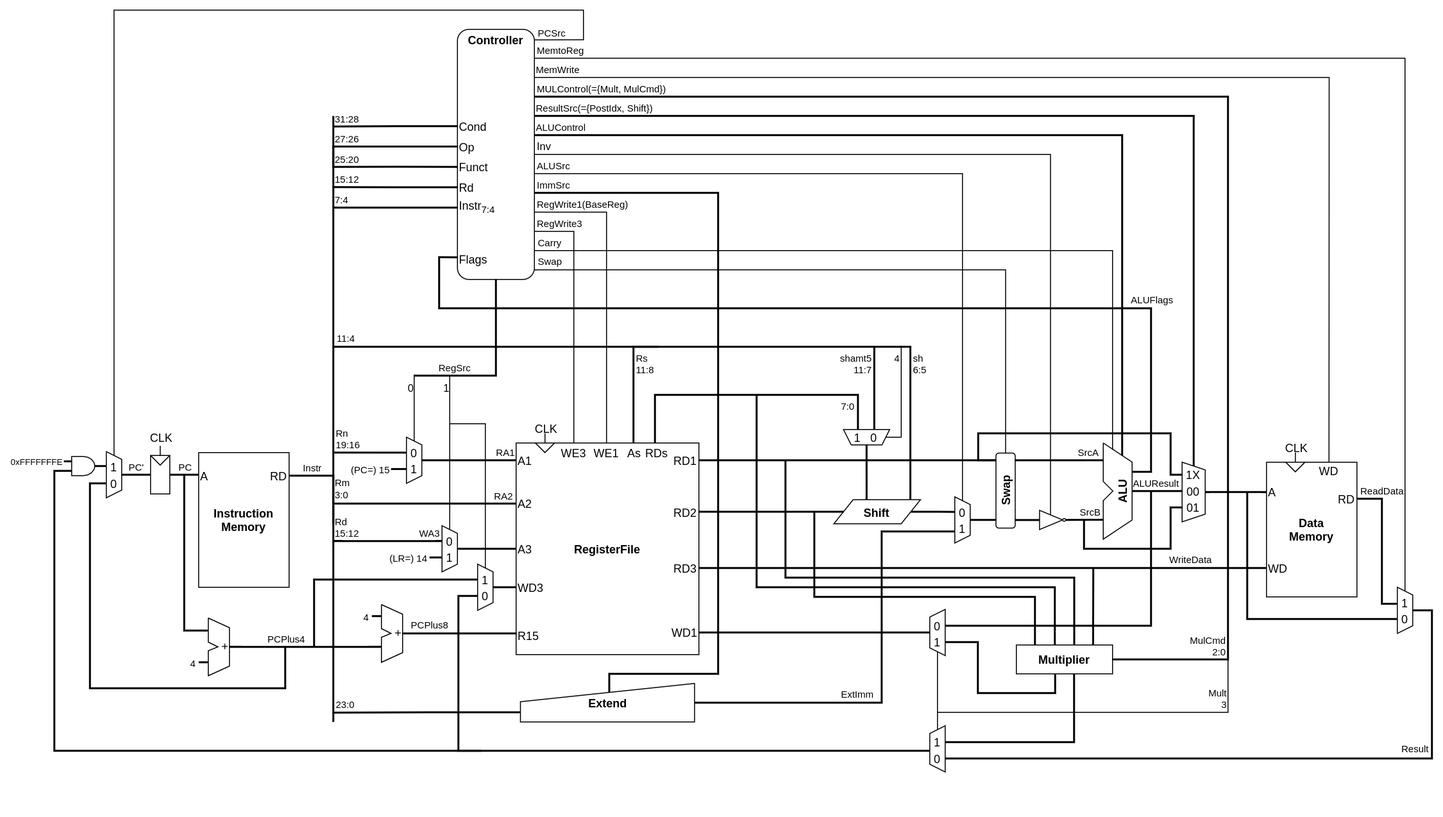
The draw.io diagram asset/arm_cpu_diagram.drawio.png in takah29/arm-cpu, before a commit. Source tidied: cells renumbered, new cells last; positions are measured from the earlier drawing's top-left corner, leaving out a move shared by most shapes.
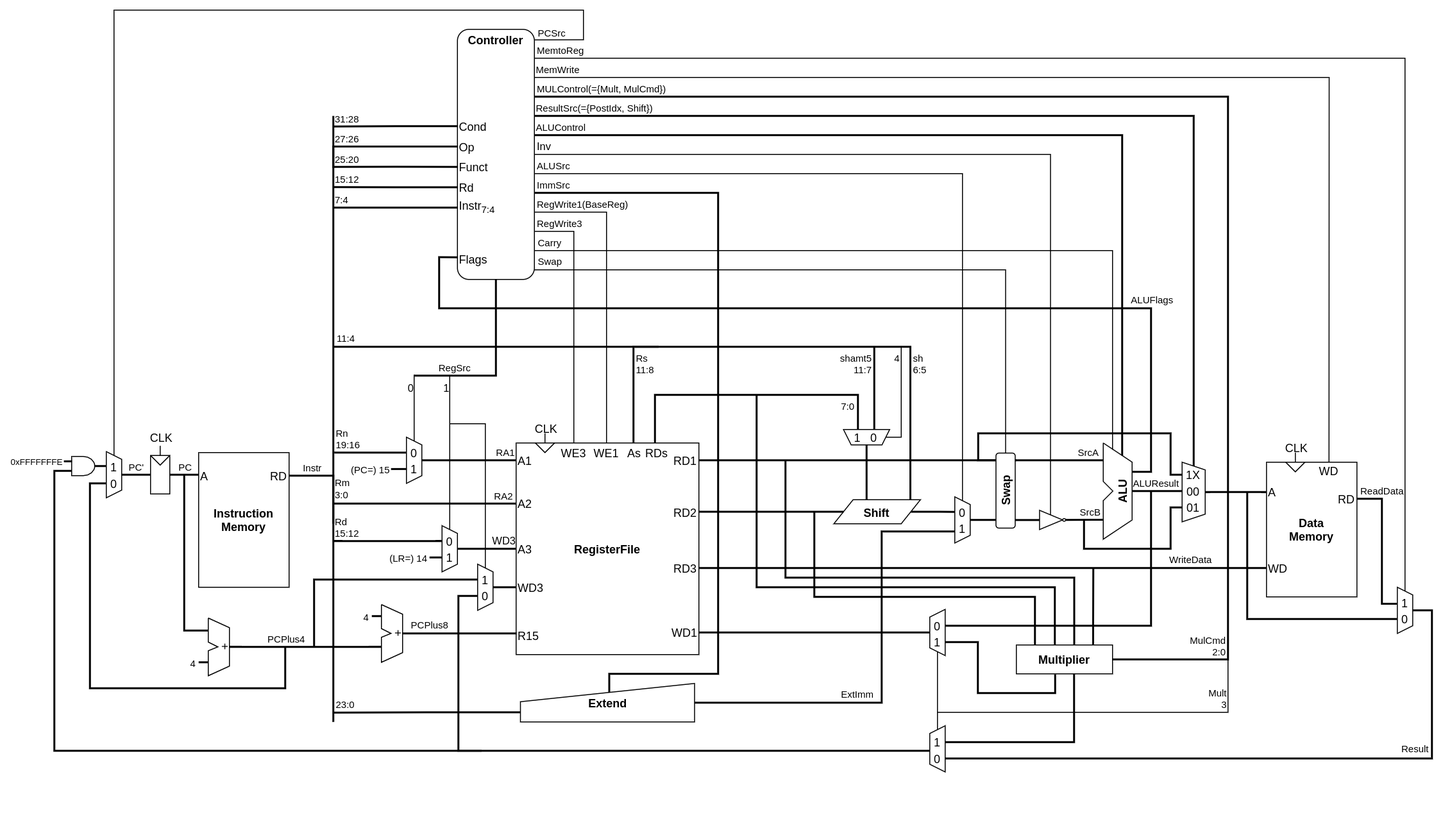
After the change.

Diff of the diagram source:
```diff
@@ -28,11 +28,6 @@
         <mxPoint x="-6.4" y="1" as="offset" />
       </mxGeometry>
     </mxCell>
-    <mxCell id="8" value="WA3" style="edgeLabel;html=1;align=right;verticalAlign=bottom;fontSize=10;labelBackgroundColor=none;" parent="6" vertex="1">
-      <mxGeometry x="-0.82" y="1" relative="1" as="geometry">
-        <mxPoint x="4.5" y="-1" as="offset" />
-      </mxGeometry>
-    </mxCell>
     <mxCell id="9" style="edgeStyle=orthogonalEdgeStyle;rounded=0;jettySize=auto;html=1;exitX=0;exitY=0.5;exitDx=0;exitDy=0;endArrow=none;endFill=0;strokeWidth=2;" parent="1" edge="1" source="220">
       <mxGeometry relative="1" as="geometry">
         <mxPoint x="444" y="770" as="targetPoint" />
@@ -1149,6 +1144,11 @@
     <mxCell id="230" style="edgeStyle=orthogonalEdgeStyle;rounded=0;jettySize=auto;html=1;exitX=0;exitY=0.5;exitDx=0;exitDy=0;entryX=0.5;entryY=0;entryDx=0;entryDy=0;endArrow=none;endFill=0;strokeWidth=2;" parent="1" edge="1" source="94" target="225">
       <mxGeometry relative="1" as="geometry" />
     </mxCell>
+    <mxCell id="236" value="WD3" style="edgeLabel;html=1;align=right;verticalAlign=bottom;labelBackgroundColor=none;" parent="230" vertex="1">
+      <mxGeometry x="-0.44" relative="1" as="geometry">
+        <mxPoint x="17" as="offset" />
+      </mxGeometry>
+    </mxCell>
     <mxCell id="231" style="edgeStyle=orthogonalEdgeStyle;rounded=0;orthogonalLoop=1;jettySize=auto;html=1;endArrow=none;endFill=0;strokeWidth=1;" parent="1" edge="1">
       <mxGeometry relative="1" as="geometry">
         <mxPoint x="374" y="448" as="sourcePoint" />
```
